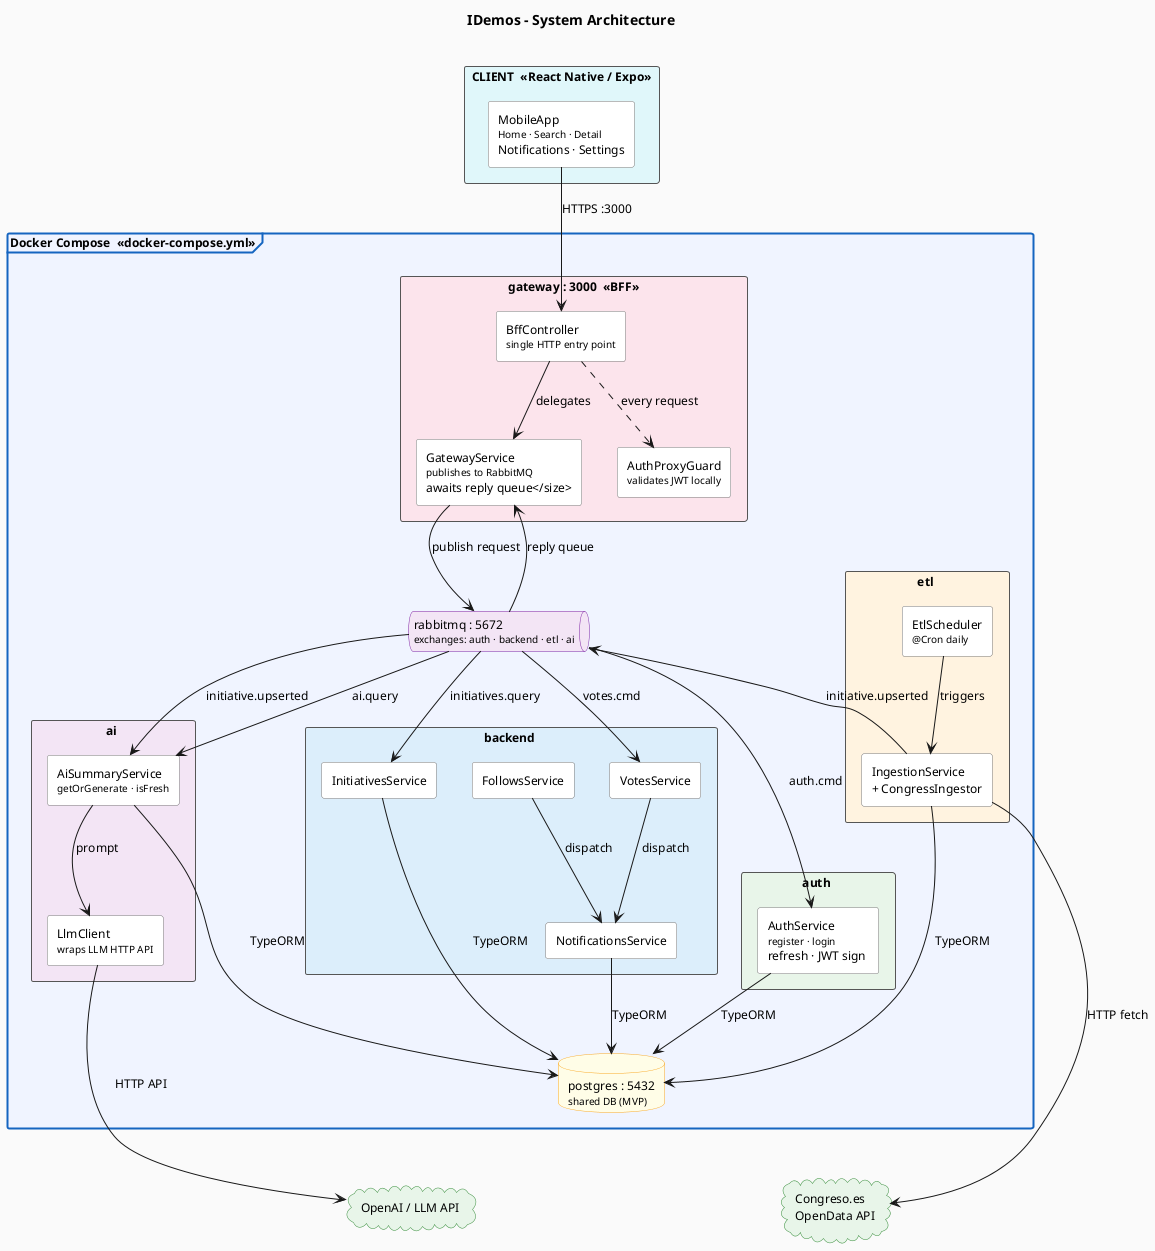
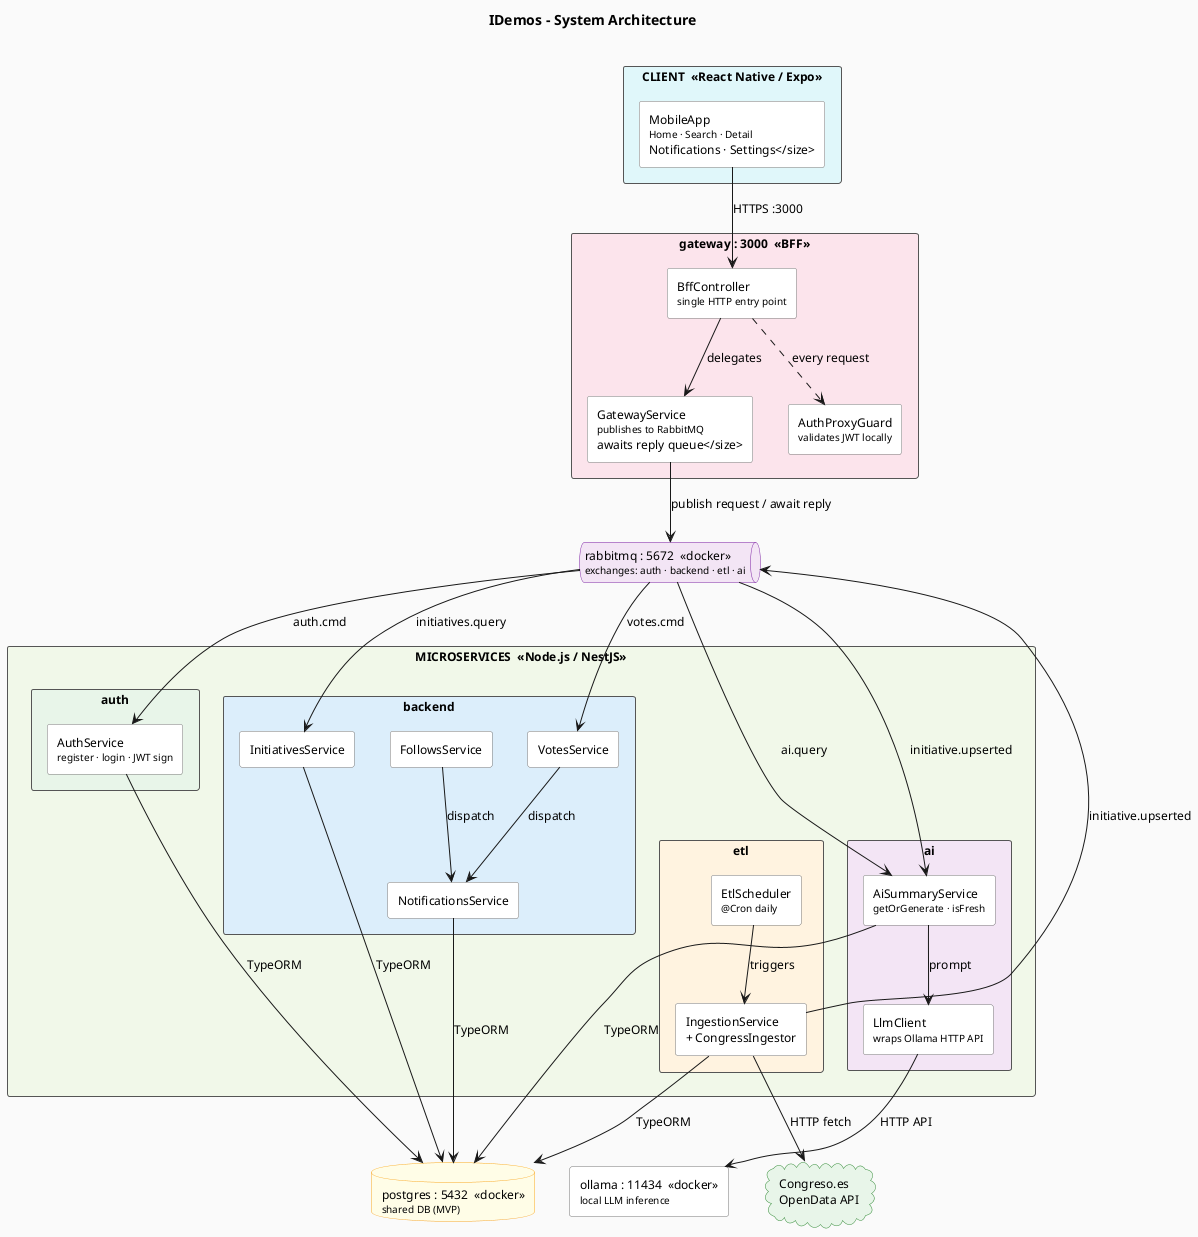
@startuml IDemos_Architecture

top to bottom direction

skinparam backgroundColor #FAFAFA
skinparam componentStyle rectangle
skinparam defaultFontSize 12
skinparam defaultFontName Arial

skinparam rectangle {
  BorderColor #555555
  FontStyle bold
}
skinparam component {
  BackgroundColor White
  BorderColor #777777
}
skinparam database {
  BackgroundColor #FFFDE7
  BorderColor #F9A825
}
skinparam queue {
  BackgroundColor #F3E5F5
  BorderColor #7B1FA2
}
skinparam cloud {
  BackgroundColor #E8F5E9
  BorderColor #388E3C
}
skinparam note {
  BackgroundColor #FFFDE7
  BorderColor #BDBDBD
}
skinparam frame {
  BackgroundColor #F0F4FF
  BorderColor #1565C0
  BorderThickness 2
}

title IDemos - System Architecture\n<size:11></size>

rectangle "CLIENT  <<React Native / Expo>>" #E0F7FA {
-   component [MobileApp\n<size:10>Home · Search · Detail\nNotifications · Settings] as APP
+   component [MobileApp\n<size:10>Home · Search · Detail\nNotifications · Settings</size>] as APP
}

- frame "Docker Compose  <<docker-compose.yml>>" {
+ rectangle "gateway : 3000  <<BFF>>" #FCE4EC {
+   component [BffController\n<size:10>single HTTP entry point</size>] as BffCtrl
+   component [GatewayService\n<size:10>publishes to RabbitMQ\nawaits reply queue</size>] as GwSvc
+   component [AuthProxyGuard\n<size:10>validates JWT locally</size>] as APGuard
+   BffCtrl -down-> GwSvc  : delegates
+   BffCtrl ..> APGuard     : every request
+ }

-   rectangle "gateway : 3000  <<BFF>>" #FCE4EC {
-     component [BffController\n<size:10>single HTTP entry point</size>] as BffCtrl
-     component [GatewayService\n<size:10>publishes to RabbitMQ\nawaits reply queue</size>] as GwSvc
-     component [AuthProxyGuard\n<size:10>validates JWT locally</size>] as APGuard
-     BffCtrl -down-> GwSvc   : delegates
-     BffCtrl ..> APGuard      : every request
+ queue "rabbitmq : 5672  <<docker>>\n<size:10>exchanges: auth · backend · etl · ai</size>" as RMQ
+ 
+ rectangle "MICROSERVICES  <<Node.js / NestJS>>" #F1F8E9 {
+ 
+   rectangle "auth" #E8F5E9 {
+     component [AuthService\n<size:10>register · login · JWT sign</size>] as AuthSvc
  }

-   queue "rabbitmq : 5672\n<size:10>exchanges: auth · backend · etl · ai</size>" as RMQ
- 
-   rectangle "auth " #E8F5E9 {
-     component [AuthService\n<size:10>register · login\nrefresh · JWT sign ] as AuthSvc
-   }
- 
-   rectangle "backend " #DCEEFB {
+   rectangle "backend" #DCEEFB {
    component [InitiativesService] as InitSvc
    component [VotesService] as VoteSvc
    component [FollowsService] as FollowSvc
    component [NotificationsService] as NotifSvc
    VoteSvc   -down-> NotifSvc : dispatch
    FollowSvc -down-> NotifSvc : dispatch
  }

-   rectangle "ai " #F3E5F5 {
+   rectangle "ai" #F3E5F5 {
    component [AiSummaryService\n<size:10>getOrGenerate · isFresh</size>] as AISvc
-     component [LlmClient\n<size:10>wraps LLM HTTP API</size>] as LLMClient
+     component [LlmClient\n<size:10>wraps Ollama HTTP API</size>] as LLMClient
    AISvc -down-> LLMClient : prompt
  }

-   rectangle "etl " #FFF3E0 {
+   rectangle "etl" #FFF3E0 {
    component [EtlScheduler\n<size:10>@Cron daily</size>] as Scheduler
    component [IngestionService\n+ CongressIngestor] as Ingestor
    Scheduler -down-> Ingestor : triggers
  }

-   database "postgres : 5432\n<size:10>shared DB (MVP)</size>" as DB
+   AuthSvc -[hidden]right-> InitSvc
+   AuthSvc -[hidden]down->  AISvc
+   AISvc   -[hidden]right-> Scheduler

}

+ database "postgres : 5432  <<docker>>\n<size:10>shared DB (MVP)</size>" as DB
+ 
+ component [ollama : 11434  <<docker>>\n<size:10>local LLM inference</size>] as Ollama
+ 
cloud "Congreso.es\nOpenData API" as CongressAPI
- cloud "OpenAI / LLM API" as LLMAPI

+ DB -[hidden]right-> Ollama
+ Ollama -[hidden]right-> CongressAPI

- APP -down-> BffCtrl : HTTPS :3000
+ APP     -down-> BffCtrl : HTTPS :3000
+ GwSvc   -down-> RMQ     : publish request / await reply

- GwSvc -down-> RMQ : publish request
- RMQ -up-> GwSvc   : reply queue
+ RMQ -down-> AuthSvc : auth.cmd
+ RMQ -down-> InitSvc : initiatives.query
+ RMQ -down-> VoteSvc : votes.cmd
+ RMQ -down-> AISvc   : ai.query

- RMQ -down-> AuthSvc  : auth.cmd
- RMQ -down-> InitSvc  : initiatives.query
- RMQ -down-> VoteSvc  : votes.cmd
- RMQ -down-> AISvc    : ai.query
- 
- Ingestor -up-> RMQ : initiative.upserted
- RMQ -down-> AISvc  : initiative.upserted
+ Ingestor -up->  RMQ   : initiative.upserted
+ RMQ      -down-> AISvc : initiative.upserted

AuthSvc  -down-> DB : TypeORM
InitSvc  -down-> DB : TypeORM
- VoteSvc  -[hidden]down-> NotifSvc
NotifSvc -down-> DB : TypeORM
AISvc    -down-> DB : TypeORM
Ingestor -down-> DB : TypeORM

- Ingestor  -down-> CongressAPI : HTTP fetch
- LLMClient -down-> LLMAPI      : HTTP API
+ LLMClient -down-> Ollama       : HTTP API
+ Ingestor  -down-> CongressAPI  : HTTP fetch

- DB -[hidden]down-> CongressAPI
- DB -[hidden]down-> LLMAPI
- 
- @enduml+ @enduml
